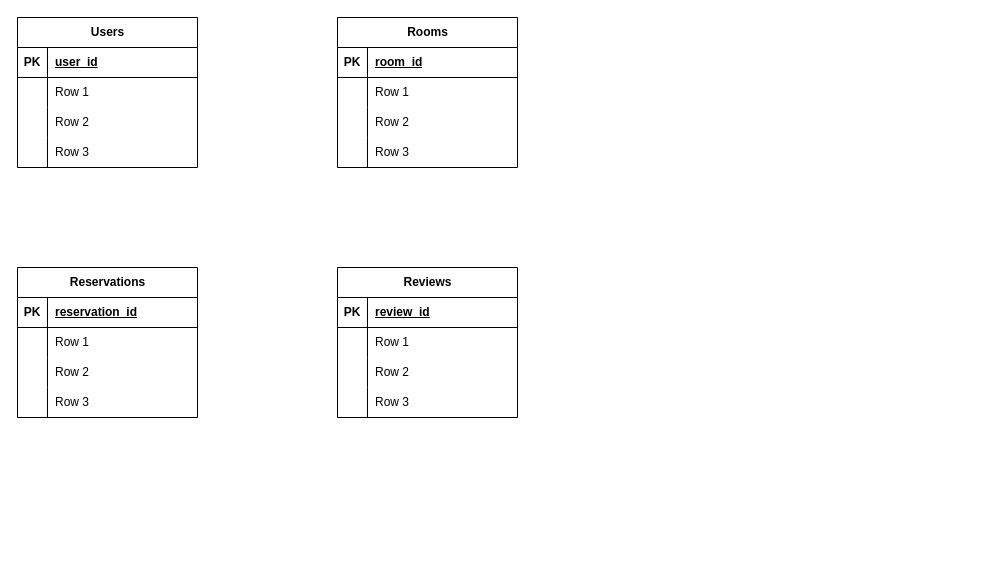
Olha-Zhernosek/projector_homeworks keeps this draw.io diagram as airbnb_diagram.drawio. Above is the earlier version. Source tidied: cells renumbered, new cells numbered last; positions are measured from the earlier drawing's top-left corner, leaving out a move shared by most shapes. Both pictures are drawn from the tidied source at 100%, with x=0, y=0 at pixel (17, 17).
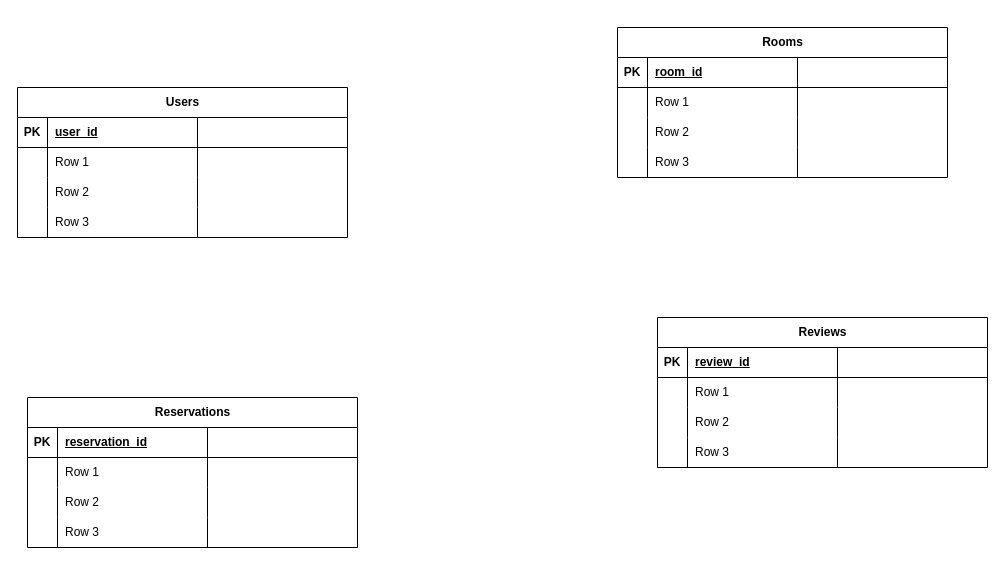
The same page after the edit.

Diff of the diagram source:
```diff
@@
     <mxCell id="2" value="Users" style="shape=table;startSize=30;childLayout=tableLayout;rowLines=0;fontStyle=1;align=center;html=1;" parent="1" vertex="1">
-      <mxGeometry width="180" height="150" as="geometry" />
+      <mxGeometry y="70" width="330" height="150" as="geometry" />
     </mxCell>
     <mxCell id="3" style="shape=tableRow;horizontal=0;startSize=0;swimlaneHead=0;swimlaneBody=0;fillColor=none;top=0;left=0;right=0;bottom=1;" parent="2" vertex="1">
-      <mxGeometry y="30" width="180" height="30" as="geometry" />
+      <mxGeometry y="30" width="330" height="30" as="geometry" />
     </mxCell>
@@
+    <mxCell id="54" style="shape=partialRectangle;fillColor=none;top=0;left=0;bottom=0;right=0;align=left;spacingLeft=6;fontStyle=5;overflow=hidden;whiteSpace=wrap;html=1;" parent="3" vertex="1">
+      <mxGeometry x="180" width="150" height="30" as="geometry" />
+    </mxCell>
     <mxCell id="6" style="shape=tableRow;horizontal=0;startSize=0;swimlaneHead=0;swimlaneBody=0;fillColor=none;top=0;left=0;right=0;bottom=0;" parent="2" vertex="1">
-      <mxGeometry y="60" width="180" height="30" as="geometry" />
+      <mxGeometry y="60" width="330" height="30" as="geometry" />
     </mxCell>
@@
+    <mxCell id="55" style="shape=partialRectangle;fillColor=none;top=0;left=0;bottom=0;right=0;align=left;spacingLeft=6;overflow=hidden;whiteSpace=wrap;html=1;" parent="6" vertex="1">
+      <mxGeometry x="180" width="150" height="30" as="geometry" />
+    </mxCell>
     <mxCell id="9" style="shape=tableRow;horizontal=0;startSize=0;swimlaneHead=0;swimlaneBody=0;fillColor=none;top=0;left=0;right=0;bottom=0;" parent="2" vertex="1">
-      <mxGeometry y="90" width="180" height="30" as="geometry" />
+      <mxGeometry y="90" width="330" height="30" as="geometry" />
     </mxCell>
@@
+    <mxCell id="56" style="shape=partialRectangle;fillColor=none;top=0;left=0;bottom=0;right=0;align=left;spacingLeft=6;overflow=hidden;whiteSpace=wrap;html=1;" parent="9" vertex="1">
+      <mxGeometry x="180" width="150" height="30" as="geometry" />
+    </mxCell>
     <mxCell id="12" style="shape=tableRow;horizontal=0;startSize=0;swimlaneHead=0;swimlaneBody=0;fillColor=none;top=0;left=0;right=0;bottom=0;" parent="2" vertex="1">
-      <mxGeometry y="120" width="180" height="30" as="geometry" />
+      <mxGeometry y="120" width="330" height="30" as="geometry" />
     </mxCell>
@@
+    <mxCell id="57" style="shape=partialRectangle;fillColor=none;top=0;left=0;bottom=0;right=0;align=left;spacingLeft=6;overflow=hidden;whiteSpace=wrap;html=1;" parent="12" vertex="1">
+      <mxGeometry x="180" width="150" height="30" as="geometry" />
+    </mxCell>
     <mxCell id="15" value="Reviews" style="shape=table;startSize=30;childLayout=tableLayout;rowLines=0;fontStyle=1;align=center;html=1;" parent="1" vertex="1">
-      <mxGeometry x="320" y="250" width="180" height="150" as="geometry" />
+      <mxGeometry x="640" y="300" width="330" height="150" as="geometry" />
     </mxCell>
     <mxCell id="16" style="shape=tableRow;horizontal=0;startSize=0;swimlaneHead=0;swimlaneBody=0;fillColor=none;top=0;left=0;right=0;bottom=1;" parent="15" vertex="1">
-      <mxGeometry y="30" width="180" height="30" as="geometry" />
+      <mxGeometry y="30" width="330" height="30" as="geometry" />
     </mxCell>
@@
+    <mxCell id="58" style="shape=partialRectangle;fillColor=none;top=0;left=0;bottom=0;right=0;align=left;spacingLeft=6;fontStyle=5;overflow=hidden;whiteSpace=wrap;html=1;" parent="16" vertex="1">
+      <mxGeometry x="180" width="150" height="30" as="geometry" />
+    </mxCell>
     <mxCell id="19" style="shape=tableRow;horizontal=0;startSize=0;swimlaneHead=0;swimlaneBody=0;fillColor=none;top=0;left=0;right=0;bottom=0;" parent="15" vertex="1">
-      <mxGeometry y="60" width="180" height="30" as="geometry" />
+      <mxGeometry y="60" width="330" height="30" as="geometry" />
     </mxCell>
@@
+    <mxCell id="59" style="shape=partialRectangle;fillColor=none;top=0;left=0;bottom=0;right=0;align=left;spacingLeft=6;overflow=hidden;whiteSpace=wrap;html=1;" parent="19" vertex="1">
+      <mxGeometry x="180" width="150" height="30" as="geometry" />
+    </mxCell>
     <mxCell id="22" style="shape=tableRow;horizontal=0;startSize=0;swimlaneHead=0;swimlaneBody=0;fillColor=none;top=0;left=0;right=0;bottom=0;" parent="15" vertex="1">
-      <mxGeometry y="90" width="180" height="30" as="geometry" />
+      <mxGeometry y="90" width="330" height="30" as="geometry" />
     </mxCell>
@@
+    <mxCell id="60" style="shape=partialRectangle;fillColor=none;top=0;left=0;bottom=0;right=0;align=left;spacingLeft=6;overflow=hidden;whiteSpace=wrap;html=1;" parent="22" vertex="1">
+      <mxGeometry x="180" width="150" height="30" as="geometry" />
+    </mxCell>
     <mxCell id="25" style="shape=tableRow;horizontal=0;startSize=0;swimlaneHead=0;swimlaneBody=0;fillColor=none;top=0;left=0;right=0;bottom=0;" parent="15" vertex="1">
-      <mxGeometry y="120" width="180" height="30" as="geometry" />
+      <mxGeometry y="120" width="330" height="30" as="geometry" />
     </mxCell>
@@
+    <mxCell id="61" style="shape=partialRectangle;fillColor=none;top=0;left=0;bottom=0;right=0;align=left;spacingLeft=6;overflow=hidden;whiteSpace=wrap;html=1;" parent="25" vertex="1">
+      <mxGeometry x="180" width="150" height="30" as="geometry" />
+    </mxCell>
     <mxCell id="28" value="Reservations" style="shape=table;startSize=30;childLayout=tableLayout;rowLines=0;fontStyle=1;align=center;html=1;" parent="1" vertex="1">
-      <mxGeometry y="250" width="180" height="150" as="geometry" />
+      <mxGeometry x="10" y="380" width="330" height="150" as="geometry" />
     </mxCell>
     <mxCell id="29" style="shape=tableRow;horizontal=0;startSize=0;swimlaneHead=0;swimlaneBody=0;fillColor=none;top=0;left=0;right=0;bottom=1;" parent="28" vertex="1">
-      <mxGeometry y="30" width="180" height="30" as="geometry" />
+      <mxGeometry y="30" width="330" height="30" as="geometry" />
     </mxCell>
@@
+    <mxCell id="62" style="shape=partialRectangle;fillColor=none;top=0;left=0;bottom=0;right=0;align=left;spacingLeft=6;fontStyle=5;overflow=hidden;whiteSpace=wrap;html=1;" parent="29" vertex="1">
+      <mxGeometry x="180" width="150" height="30" as="geometry" />
+    </mxCell>
     <mxCell id="32" style="shape=tableRow;horizontal=0;startSize=0;swimlaneHead=0;swimlaneBody=0;fillColor=none;top=0;left=0;right=0;bottom=0;" parent="28" vertex="1">
-      <mxGeometry y="60" width="180" height="30" as="geometry" />
+      <mxGeometry y="60" width="330" height="30" as="geometry" />
     </mxCell>
@@
+    <mxCell id="63" style="shape=partialRectangle;fillColor=none;top=0;left=0;bottom=0;right=0;align=left;spacingLeft=6;overflow=hidden;whiteSpace=wrap;html=1;" parent="32" vertex="1">
+      <mxGeometry x="180" width="150" height="30" as="geometry" />
+    </mxCell>
     <mxCell id="35" style="shape=tableRow;horizontal=0;startSize=0;swimlaneHead=0;swimlaneBody=0;fillColor=none;top=0;left=0;right=0;bottom=0;" parent="28" vertex="1">
-      <mxGeometry y="90" width="180" height="30" as="geometry" />
+      <mxGeometry y="90" width="330" height="30" as="geometry" />
     </mxCell>
@@
+    <mxCell id="64" style="shape=partialRectangle;fillColor=none;top=0;left=0;bottom=0;right=0;align=left;spacingLeft=6;overflow=hidden;whiteSpace=wrap;html=1;" parent="35" vertex="1">
+      <mxGeometry x="180" width="150" height="30" as="geometry" />
+    </mxCell>
     <mxCell id="38" style="shape=tableRow;horizontal=0;startSize=0;swimlaneHead=0;swimlaneBody=0;fillColor=none;top=0;left=0;right=0;bottom=0;" parent="28" vertex="1">
-      <mxGeometry y="120" width="180" height="30" as="geometry" />
+      <mxGeometry y="120" width="330" height="30" as="geometry" />
     </mxCell>
@@
+    <mxCell id="65" style="shape=partialRectangle;fillColor=none;top=0;left=0;bottom=0;right=0;align=left;spacingLeft=6;overflow=hidden;whiteSpace=wrap;html=1;" parent="38" vertex="1">
+      <mxGeometry x="180" width="150" height="30" as="geometry" />
+    </mxCell>
     <mxCell id="41" value="Rooms" style="shape=table;startSize=30;childLayout=tableLayout;rowLines=0;fontStyle=1;align=center;html=1;" parent="1" vertex="1">
-      <mxGeometry x="320" width="180" height="150" as="geometry" />
+      <mxGeometry x="600" y="10" width="330" height="150" as="geometry" />
     </mxCell>
     <mxCell id="42" style="shape=tableRow;horizontal=0;startSize=0;swimlaneHead=0;swimlaneBody=0;fillColor=none;top=0;left=0;right=0;bottom=1;" parent="41" vertex="1">
-      <mxGeometry y="30" width="180" height="30" as="geometry" />
+      <mxGeometry y="30" width="330" height="30" as="geometry" />
     </mxCell>
@@
+    <mxCell id="66" style="shape=partialRectangle;fillColor=none;top=0;left=0;bottom=0;right=0;align=left;spacingLeft=6;fontStyle=5;overflow=hidden;whiteSpace=wrap;html=1;" parent="42" vertex="1">
+      <mxGeometry x="180" width="150" height="30" as="geometry" />
+    </mxCell>
     <mxCell id="45" style="shape=tableRow;horizontal=0;startSize=0;swimlaneHead=0;swimlaneBody=0;fillColor=none;top=0;left=0;right=0;bottom=0;" parent="41" vertex="1">
-      <mxGeometry y="60" width="180" height="30" as="geometry" />
+      <mxGeometry y="60" width="330" height="30" as="geometry" />
     </mxCell>
@@
+    <mxCell id="67" style="shape=partialRectangle;fillColor=none;top=0;left=0;bottom=0;right=0;align=left;spacingLeft=6;overflow=hidden;whiteSpace=wrap;html=1;" parent="45" vertex="1">
+      <mxGeometry x="180" width="150" height="30" as="geometry" />
+    </mxCell>
     <mxCell id="48" style="shape=tableRow;horizontal=0;startSize=0;swimlaneHead=0;swimlaneBody=0;fillColor=none;top=0;left=0;right=0;bottom=0;" parent="41" vertex="1">
-      <mxGeometry y="90" width="180" height="30" as="geometry" />
+      <mxGeometry y="90" width="330" height="30" as="geometry" />
     </mxCell>
@@
+    <mxCell id="68" style="shape=partialRectangle;fillColor=none;top=0;left=0;bottom=0;right=0;align=left;spacingLeft=6;overflow=hidden;whiteSpace=wrap;html=1;" parent="48" vertex="1">
+      <mxGeometry x="180" width="150" height="30" as="geometry" />
+    </mxCell>
     <mxCell id="51" style="shape=tableRow;horizontal=0;startSize=0;swimlaneHead=0;swimlaneBody=0;fillColor=none;top=0;left=0;right=0;bottom=0;" parent="41" vertex="1">
-      <mxGeometry y="120" width="180" height="30" as="geometry" />
+      <mxGeometry y="120" width="330" height="30" as="geometry" />
     </mxCell>
@@
+    <mxCell id="69" style="shape=partialRectangle;fillColor=none;top=0;left=0;bottom=0;right=0;align=left;spacingLeft=6;overflow=hidden;whiteSpace=wrap;html=1;" parent="51" vertex="1">
+      <mxGeometry x="180" width="150" height="30" as="geometry" />
+    </mxCell>
```
